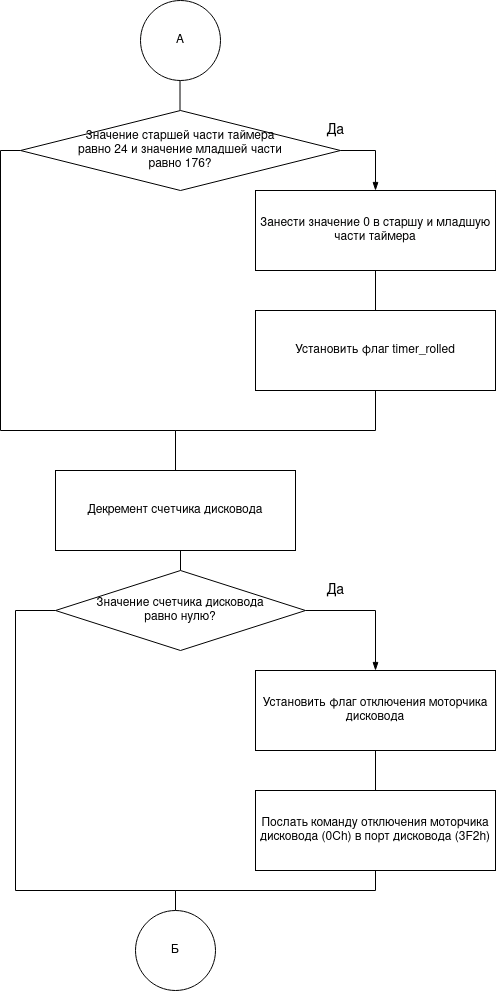
Before: lab_01/docs/src/images/scheme-int8h_2.drawio.png, a diagram exported from draw.io (denzhkko/bmstu_iu7_os). Source tidied: cells renumbered, new cells last; positions are measured from the earlier drawing's top-left corner, leaving out a move shared by most shapes.
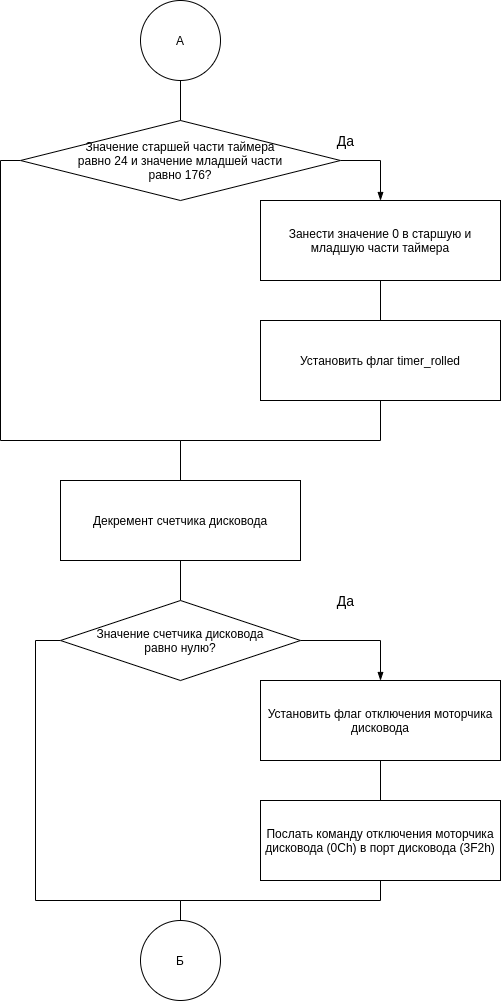
Above is the later version.

The edit, as a diff of the source:
```diff
@@ -11,17 +11,17 @@
     <mxCell id="4" style="edgeStyle=orthogonalEdgeStyle;rounded=0;jettySize=auto;html=1;exitX=1;exitY=0.5;exitDx=0;exitDy=0;endArrow=blockThin;endFill=1;" parent="1" edge="1" source="6" target="8">
       <mxGeometry relative="1" as="geometry" />
     </mxCell>
-    <mxCell id="5" style="edgeStyle=orthogonalEdgeStyle;rounded=0;jettySize=auto;html=1;exitX=0;exitY=0.5;exitDx=0;exitDy=0;entryX=0.5;entryY=0;entryDx=0;entryDy=0;endArrow=none;endFill=0;" parent="1" edge="1" source="6" target="22">
+    <mxCell id="5" style="edgeStyle=orthogonalEdgeStyle;rounded=0;jettySize=auto;html=1;exitX=0;exitY=0.5;exitDx=0;exitDy=0;endArrow=none;endFill=0;" parent="1" edge="1" source="6" target="22">
       <mxGeometry relative="1" as="geometry">
         <Array as="points">
-          <mxPoint x="15" y="610" />
-          <mxPoint x="15" y="890" />
+          <mxPoint x="30" y="630" />
+          <mxPoint x="30" y="890" />
           <mxPoint x="175" y="890" />
         </Array>
       </mxGeometry>
     </mxCell>
     <mxCell id="6" value="&lt;div&gt;Значение счетчика дисковода&lt;/div&gt;&lt;div&gt;равно нулю?&lt;/div&gt;" style="rhombus;whiteSpace=wrap;html=1;" parent="1" vertex="1">
-      <mxGeometry x="55" y="570" width="250" height="80" as="geometry" />
+      <mxGeometry x="55" y="590" width="240" height="80" as="geometry" />
     </mxCell>
     <mxCell id="7" style="edgeStyle=orthogonalEdgeStyle;rounded=0;jettySize=auto;html=1;exitX=0.5;exitY=1;exitDx=0;exitDy=0;endArrow=none;endFill=0;entryX=0.5;entryY=0;entryDx=0;entryDy=0;" parent="1" edge="1" source="8" target="11">
       <mxGeometry relative="1" as="geometry" />
@@ -30,7 +30,7 @@
       <mxGeometry x="255" y="670" width="240" height="80" as="geometry" />
     </mxCell>
     <mxCell id="9" value="&lt;font style=&quot;font-size: 14px&quot;&gt;Да&lt;/font&gt;" style="text;html=1;align=center;verticalAlign=middle;" parent="1" vertex="1">
-      <mxGeometry x="320" y="580" width="30" height="20" as="geometry" />
+      <mxGeometry x="325" y="580" width="30" height="20" as="geometry" />
     </mxCell>
     <mxCell id="10" style="edgeStyle=orthogonalEdgeStyle;rounded=0;jettySize=auto;html=1;exitX=0.5;exitY=1;exitDx=0;exitDy=0;entryX=0.5;entryY=0;entryDx=0;entryDy=0;endArrow=none;endFill=0;" parent="1" edge="1" source="11" target="22">
       <mxGeometry relative="1" as="geometry" />
@@ -39,7 +39,7 @@
       <mxGeometry x="255" y="790" width="240" height="80" as="geometry" />
     </mxCell>
     <mxCell id="12" value="A" style="ellipse;whiteSpace=wrap;html=1;" parent="1" vertex="1">
-      <mxGeometry x="140" width="80" height="80" as="geometry" />
+      <mxGeometry x="135" y="-10" width="80" height="80" as="geometry" />
     </mxCell>
     <mxCell id="13" style="edgeStyle=orthogonalEdgeStyle;rounded=0;jettySize=auto;html=1;exitX=1;exitY=0.5;exitDx=0;exitDy=0;endArrow=blockThin;endFill=1;entryX=0.5;entryY=0;entryDx=0;entryDy=0;" parent="1" edge="1" source="15" target="18">
       <mxGeometry relative="1" as="geometry" />
@@ -47,22 +47,22 @@
     <mxCell id="14" style="edgeStyle=orthogonalEdgeStyle;rounded=0;jettySize=auto;html=1;exitX=0;exitY=0.5;exitDx=0;exitDy=0;entryX=0.5;entryY=0;entryDx=0;entryDy=0;endArrow=none;endFill=0;" parent="1" edge="1" source="15" target="3">
       <mxGeometry relative="1" as="geometry">
         <Array as="points">
-          <mxPoint y="150" />
-          <mxPoint y="430" />
+          <mxPoint x="-5" y="150" />
+          <mxPoint x="-5" y="430" />
           <mxPoint x="175" y="430" />
         </Array>
       </mxGeometry>
     </mxCell>
     <mxCell id="15" value="&lt;div&gt;Значение старшей части таймера&lt;/div&gt;&lt;div&gt;равно 24 и значение младшей части&lt;/div&gt;&lt;div&gt;равно 176?&lt;/div&gt;" style="rhombus;whiteSpace=wrap;html=1;" parent="1" vertex="1">
-      <mxGeometry x="20" y="110" width="320" height="80" as="geometry" />
+      <mxGeometry x="15" y="110" width="320" height="80" as="geometry" />
     </mxCell>
     <mxCell id="16" value="&lt;font style=&quot;font-size: 14px&quot;&gt;Да&lt;/font&gt;" style="text;html=1;align=center;verticalAlign=middle;" parent="1" vertex="1">
-      <mxGeometry x="320" y="120" width="30" height="20" as="geometry" />
+      <mxGeometry x="325" y="120" width="30" height="20" as="geometry" />
     </mxCell>
     <mxCell id="17" style="edgeStyle=orthogonalEdgeStyle;rounded=0;jettySize=auto;html=1;exitX=0.5;exitY=1;exitDx=0;exitDy=0;endArrow=none;endFill=0;entryX=0.5;entryY=0;entryDx=0;entryDy=0;" parent="1" edge="1" source="18" target="20">
       <mxGeometry relative="1" as="geometry" />
     </mxCell>
-    <mxCell id="18" value="Занести значение 0 в старшу и младшую части таймера" style="rounded=0;whiteSpace=wrap;html=1;" parent="1" vertex="1">
+    <mxCell id="18" value="Занести значение 0 в старшую и младшую части таймера" style="rounded=0;whiteSpace=wrap;html=1;" parent="1" vertex="1">
       <mxGeometry x="255" y="190" width="240" height="80" as="geometry" />
     </mxCell>
     <mxCell id="19" style="edgeStyle=orthogonalEdgeStyle;rounded=0;jettySize=auto;html=1;exitX=0.5;exitY=1;exitDx=0;exitDy=0;entryX=0.5;entryY=0;entryDx=0;entryDy=0;endArrow=none;endFill=0;" parent="1" edge="1" source="20" target="3">
@@ -71,11 +71,8 @@
     <mxCell id="20" value="Установить флаг timer_rolled" style="rounded=0;whiteSpace=wrap;html=1;" parent="1" vertex="1">
       <mxGeometry x="255" y="310" width="240" height="80" as="geometry" />
     </mxCell>
-    <mxCell id="21" style="edgeStyle=orthogonalEdgeStyle;rounded=0;orthogonalLoop=1;jettySize=auto;html=1;exitX=0.5;exitY=0;exitDx=0;exitDy=0;endArrow=none;endFill=0;" parent="1" edge="1">
-      <mxGeometry relative="1" as="geometry">
-        <mxPoint x="179.5" y="110" as="sourcePoint" />
-        <mxPoint x="179.5" y="80" as="targetPoint" />
-      </mxGeometry>
+    <mxCell id="21" style="rounded=0;jettySize=auto;html=1;exitX=0.5;exitY=0;exitDx=0;exitDy=0;endArrow=none;endFill=0;" parent="1" edge="1" source="15" target="12">
+      <mxGeometry relative="1" as="geometry" />
     </mxCell>
     <mxCell id="22" value="Б" style="ellipse;whiteSpace=wrap;html=1;" parent="1" vertex="1">
       <mxGeometry x="135" y="910" width="80" height="80" as="geometry" />
```
